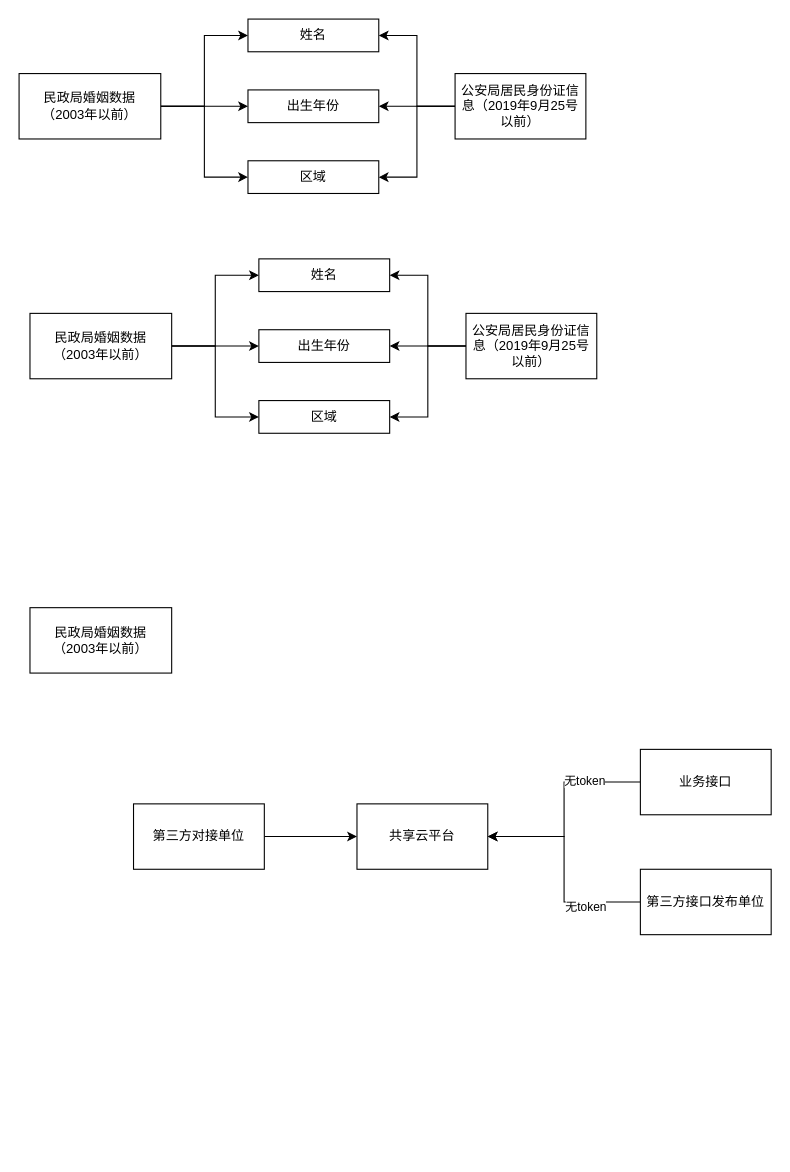
Above: page "Page-2" (2 of 2) of Untitled Diagram.drawio in Fun2EveryDay/TestProject (draw.io), before the change. Source tidied: cells renumbered, new cells numbered last; positions are measured from the earlier drawing's top-left corner, leaving out a move shared by most shapes. Both pictures are drawn from the tidied source at 109%, with x=0, y=0 at pixel (19, 19).
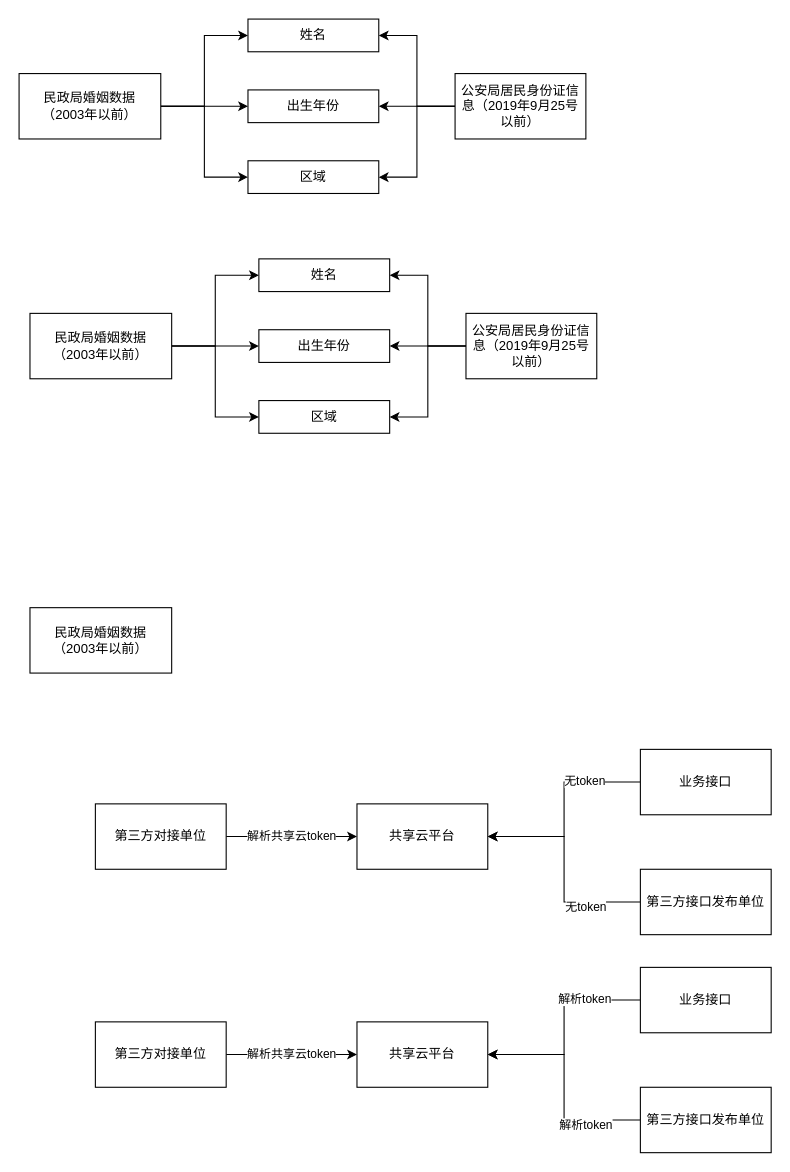
After the change.

The change refers to these unchanged cells:
```xml
<mxCell id="27" value="共享云平台" style="rounded=0;whiteSpace=wrap;html=1;" parent="1" vertex="1">
  <mxGeometry x="310" y="720" width="120" height="60" as="geometry" />
</mxCell>
```

Diff of the diagram source:
```diff
@@
-    <mxCell id="25" style="edgeStyle=orthogonalEdgeStyle;rounded=0;jettySize=auto;html=1;entryX=0;entryY=0.5;entryDx=0;entryDy=0;" parent="1" edge="1" source="26" target="27">
-      <mxGeometry relative="1" as="geometry">
-        <Array as="points">
-          <mxPoint x="280" y="750" />
-          <mxPoint x="280" y="750" />
-        </Array>
-      </mxGeometry>
+    <mxCell id="25" value="解析共享云token" style="edgeStyle=orthogonalEdgeStyle;rounded=0;jettySize=auto;html=1;entryX=0;entryY=0.5;entryDx=0;entryDy=0;" parent="1" edge="1" source="26" target="27">
+      <mxGeometry relative="1" as="geometry" />
     </mxCell>
     <mxCell id="26" value="第三方对接单位" style="rounded=0;whiteSpace=wrap;html=1;" parent="1" vertex="1">
-      <mxGeometry x="105" y="720" width="120" height="60" as="geometry" />
+      <mxGeometry x="70" y="720" width="120" height="60" as="geometry" />
     </mxCell>
@@
+    <mxCell id="34" value="解析共享云token" style="edgeStyle=orthogonalEdgeStyle;rounded=0;jettySize=auto;html=1;entryX=0;entryY=0.5;entryDx=0;entryDy=0;" parent="1" edge="1" source="35" target="36">
+      <mxGeometry relative="1" as="geometry" />
+    </mxCell>
+    <mxCell id="35" value="第三方对接单位" style="rounded=0;whiteSpace=wrap;html=1;" parent="1" vertex="1">
+      <mxGeometry x="70" y="920" width="120" height="60" as="geometry" />
+    </mxCell>
+    <mxCell id="36" value="共享云平台" style="rounded=0;whiteSpace=wrap;html=1;" parent="1" vertex="1">
+      <mxGeometry x="310" y="920" width="120" height="60" as="geometry" />
+    </mxCell>
+    <mxCell id="37" style="edgeStyle=orthogonalEdgeStyle;rounded=0;jettySize=auto;html=1;exitX=0;exitY=0.5;exitDx=0;exitDy=0;entryX=1;entryY=0.5;entryDx=0;entryDy=0;" parent="1" edge="1" source="39" target="36">
+      <mxGeometry relative="1" as="geometry" />
+    </mxCell>
+    <mxCell id="38" value="解析token" style="edgeLabel;html=1;align=center;verticalAlign=middle;" parent="37" vertex="1">
+      <mxGeometry x="-0.45" y="-2" relative="1" as="geometry" />
+    </mxCell>
+    <mxCell id="39" value="业务接口" style="rounded=0;whiteSpace=wrap;html=1;" parent="1" vertex="1">
+      <mxGeometry x="570" y="870" width="120" height="60" as="geometry" />
+    </mxCell>
+    <mxCell id="40" style="edgeStyle=orthogonalEdgeStyle;rounded=0;jettySize=auto;html=1;exitX=0;exitY=0.5;exitDx=0;exitDy=0;entryX=1;entryY=0.5;entryDx=0;entryDy=0;" parent="1" edge="1" source="42" target="36">
+      <mxGeometry relative="1" as="geometry" />
+    </mxCell>
+    <mxCell id="41" value="解析token" style="edgeLabel;html=1;align=center;verticalAlign=middle;" parent="40" vertex="1">
+      <mxGeometry x="-0.49" y="4" relative="1" as="geometry" />
+    </mxCell>
+    <mxCell id="42" value="第三方接口发布单位" style="rounded=0;whiteSpace=wrap;html=1;" parent="1" vertex="1">
+      <mxGeometry x="570" y="980" width="120" height="60" as="geometry" />
+    </mxCell>
```
